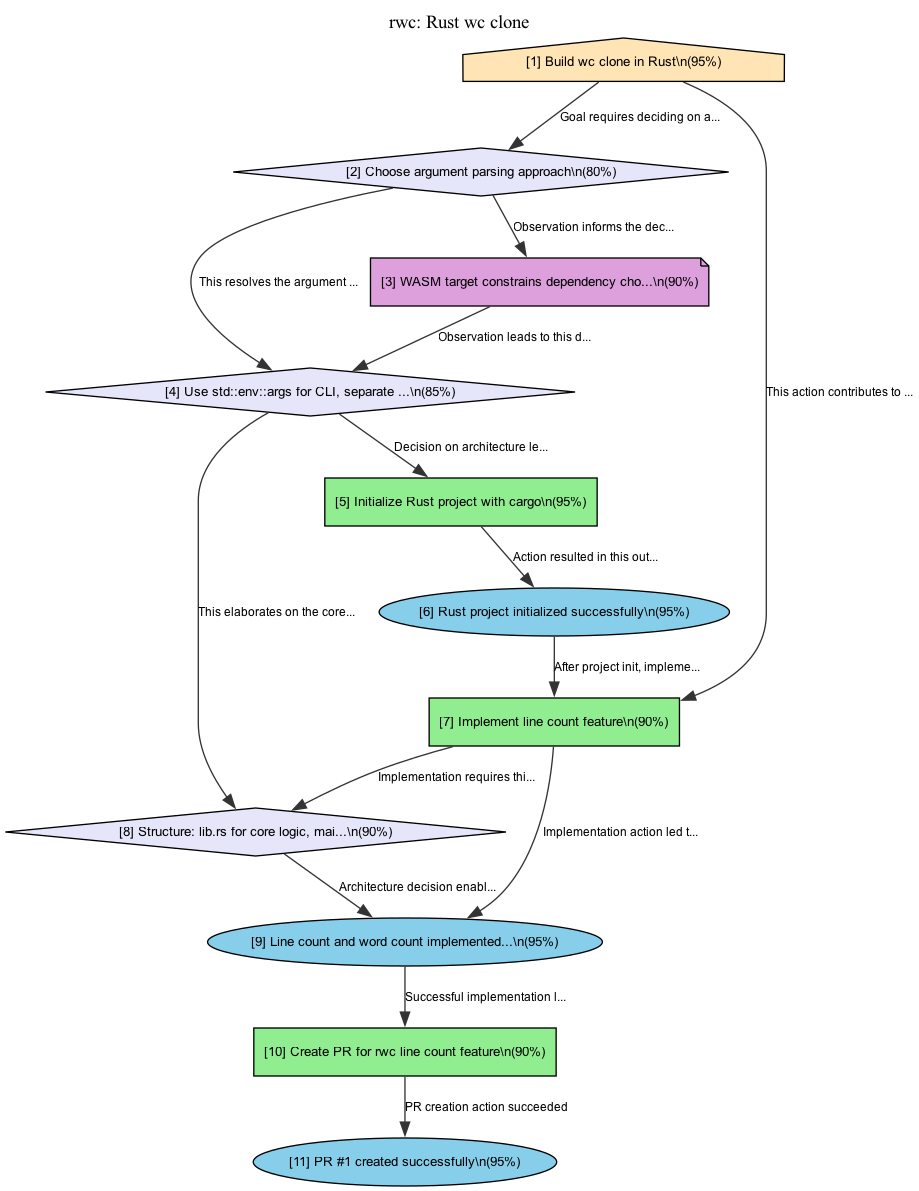
The Graphviz diagram docs/decision-graph.png in notactuallytreyanastasio/deciduous_example, before a commit. Its source is kept beside it as docs/decision-graph.dot.
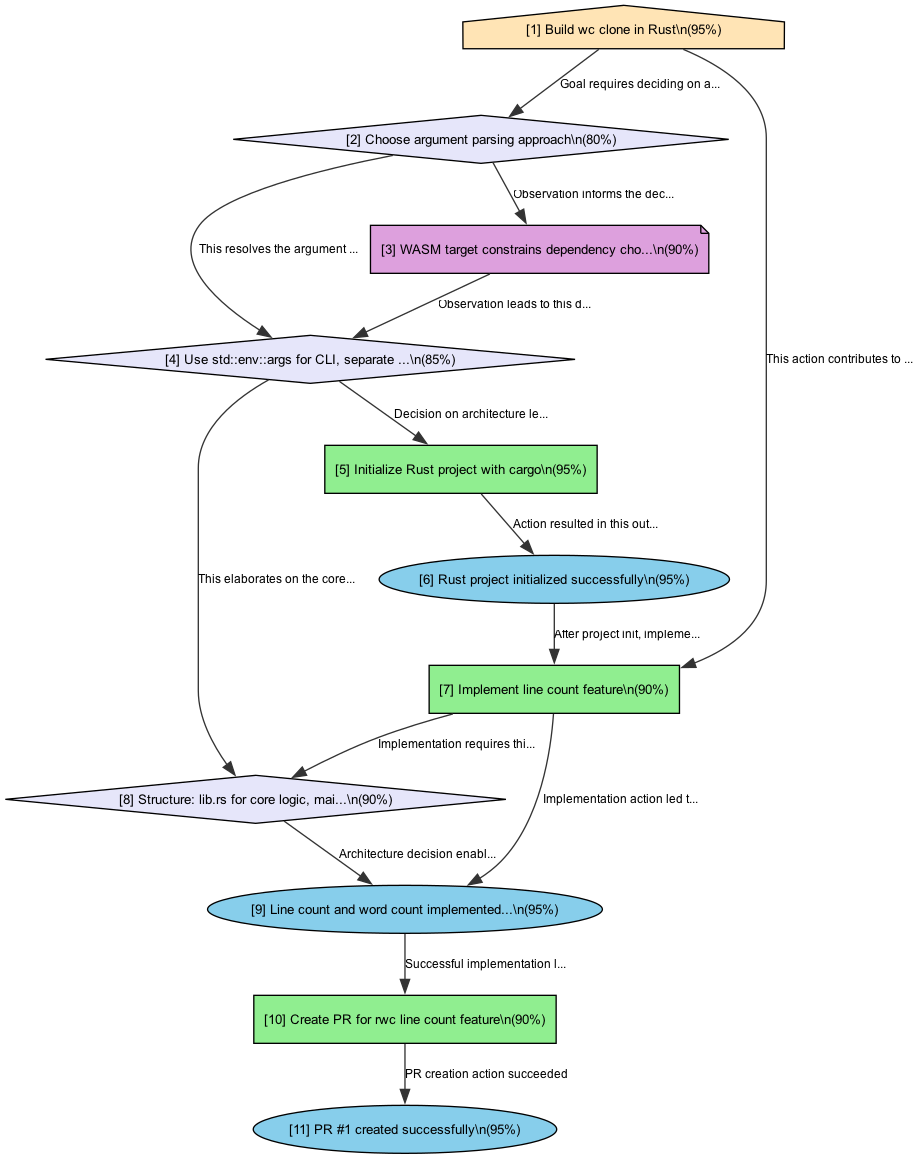
After the change.

Commit message:
docs: add decision graph visualization

The edit, as a diff of the source:
```diff
@@ -2,9 +2,6 @@
   rankdir=TB;
   node [fontname="Arial" fontsize=10];
   edge [fontname="Arial" fontsize=9];
-  label="rwc: Rust wc clone";
-  labelloc=t;
-  fontsize=14;
 
   1 [label="[1] Build wc clone in Rust\\n(95%)" shape="house" fillcolor="#FFE4B5" style="filled"];
   2 [label="[2] Choose argument parsing approach\\n(80%)" shape="diamond" fillcolor="#E6E6FA" style="filled"];
```
